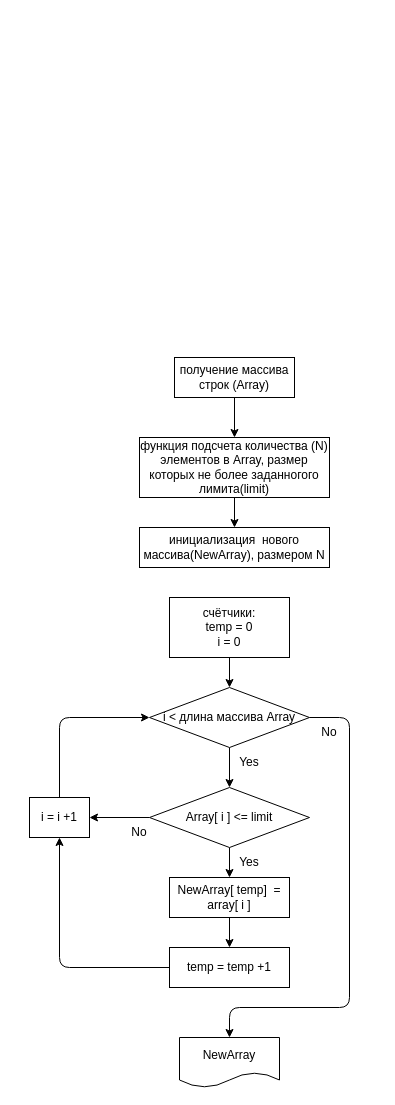
This is diagramm.drawio from 4lorence/FinalWork, a draw.io file, before an edit. Source tidied: cells renumbered, new cells numbered last; positions are measured from the earlier drawing's top-left corner, leaving out a move shared by most shapes. Both pictures are drawn from the tidied source at 100%, with x=0, y=0 at pixel (29, 357).
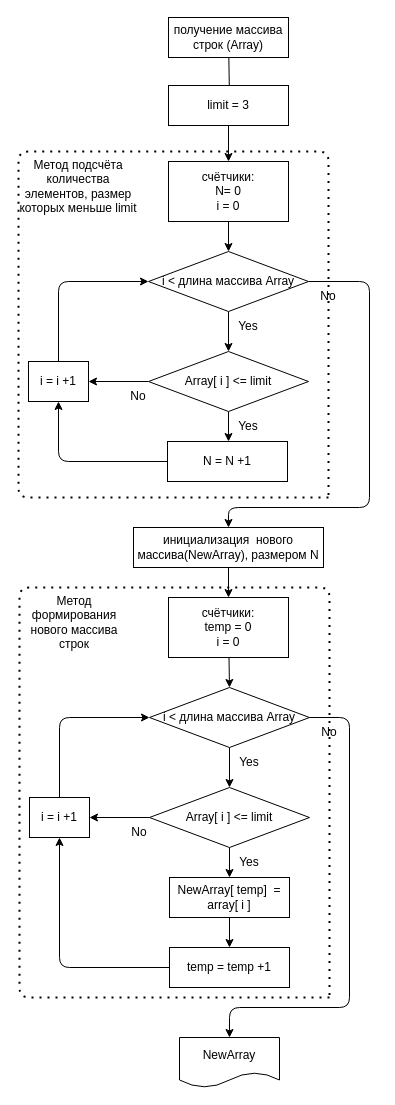
Above is the later version.

Commit message:
Create a flowchart (end variant)

The edit, as a diff of the source:
```diff
@@
-    <mxCell id="2" style="edgeStyle=none;html=1;entryX=0.5;entryY=0;entryDx=0;entryDy=0;" parent="1" edge="1" source="3" target="5">
-      <mxGeometry relative="1" as="geometry" />
+    <mxCell id="2" style="edgeStyle=none;html=1;entryX=0.5;entryY=0;entryDx=0;entryDy=0;" parent="1" edge="1" source="3">
+      <mxGeometry relative="1" as="geometry">
+        <mxPoint x="200" y="-260" as="targetPoint" />
+      </mxGeometry>
     </mxCell>
     <mxCell id="3" value="получение массива строк (Array)" style="rounded=0;whiteSpace=wrap;html=1;" parent="1" vertex="1">
-      <mxGeometry x="145" width="120" height="40" as="geometry" />
+      <mxGeometry x="139" y="-340" width="120" height="40" as="geometry" />
     </mxCell>
-    <mxCell id="4" style="edgeStyle=none;html=1;entryX=0.5;entryY=0;entryDx=0;entryDy=0;" parent="1" edge="1" source="5" target="6">
-      <mxGeometry relative="1" as="geometry" />
-    </mxCell>
-    <mxCell id="5" value="функция подсчета количества (N) элементов в Array, размер которых не более заданногого лимита(limit)" style="rounded=0;whiteSpace=wrap;html=1;" parent="1" vertex="1">
-      <mxGeometry x="110" y="80" width="190" height="60" as="geometry" />
-    </mxCell>
+    <mxCell id="26" style="edgeStyle=none;html=1;entryX=0.5;entryY=0;entryDx=0;entryDy=0;" parent="1" edge="1" source="6" target="8">
+      <mxGeometry relative="1" as="geometry" />
+    </mxCell>
     <mxCell id="6" value="инициализация&amp;nbsp; нового массива(NewArray), размером N" style="rounded=0;whiteSpace=wrap;html=1;" parent="1" vertex="1">
-      <mxGeometry x="110" y="170" width="190" height="40" as="geometry" />
+      <mxGeometry x="104" y="170" width="190" height="40" as="geometry" />
     </mxCell>
@@
     <mxCell id="8" value="счётчики:&lt;br&gt;temp = 0&lt;br&gt;i = 0" style="rounded=0;whiteSpace=wrap;html=1;" parent="1" vertex="1">
-      <mxGeometry x="140" y="240" width="120" height="60" as="geometry" />
+      <mxGeometry x="139" y="240" width="120" height="60" as="geometry" />
     </mxCell>
@@
+    <mxCell id="27" style="endArrow=none;dashed=1;html=1;dashPattern=1 3;strokeWidth=2;" parent="1" edge="1">
+      <mxGeometry relative="1" as="geometry">
+        <mxPoint x="300" y="640" as="sourcePoint" />
+        <mxPoint x="300" y="640" as="targetPoint" />
+        <Array as="points">
+          <mxPoint x="-10" y="640" />
+          <mxPoint x="-10" y="230" />
+          <mxPoint x="300" y="230" />
+        </Array>
+      </mxGeometry>
+    </mxCell>
+    <mxCell id="28" value="Метод формирования нового массива строк" style="text;html=1;strokeColor=none;fillColor=none;align=center;verticalAlign=middle;whiteSpace=wrap;rounded=0;" parent="1" vertex="1">
+      <mxGeometry x="-10" y="230" width="110" height="70" as="geometry" />
+    </mxCell>
+    <mxCell id="29" style="edgeStyle=none;html=1;entryX=0.5;entryY=0;entryDx=0;entryDy=0;" parent="1" edge="1" source="30" target="33">
+      <mxGeometry relative="1" as="geometry" />
+    </mxCell>
+    <mxCell id="30" value="счётчики:&lt;br&gt;N= 0&lt;br&gt;i = 0" style="rounded=0;whiteSpace=wrap;html=1;" parent="1" vertex="1">
+      <mxGeometry x="139" y="-196" width="120" height="60" as="geometry" />
+    </mxCell>
+    <mxCell id="31" style="edgeStyle=none;html=1;entryX=0.5;entryY=0;entryDx=0;entryDy=0;" parent="1" edge="1" source="33" target="36">
+      <mxGeometry relative="1" as="geometry" />
+    </mxCell>
+    <mxCell id="32" style="edgeStyle=none;html=1;" parent="1" edge="1" source="33" target="6">
+      <mxGeometry relative="1" as="geometry">
+        <Array as="points">
+          <mxPoint x="340" y="-76" />
+          <mxPoint x="340" y="150" />
+          <mxPoint x="199" y="150" />
+        </Array>
+      </mxGeometry>
+    </mxCell>
+    <mxCell id="33" value="i &amp;lt; длина массива Array" style="rhombus;whiteSpace=wrap;html=1;" parent="1" vertex="1">
+      <mxGeometry x="119" y="-106" width="160" height="60" as="geometry" />
+    </mxCell>
+    <mxCell id="34" style="edgeStyle=none;html=1;entryX=0.5;entryY=0;entryDx=0;entryDy=0;" parent="1" edge="1" source="36">
+      <mxGeometry relative="1" as="geometry">
+        <mxPoint x="199" y="84" as="targetPoint" />
+      </mxGeometry>
+    </mxCell>
+    <mxCell id="35" style="edgeStyle=none;html=1;" parent="1" edge="1" source="36">
+      <mxGeometry relative="1" as="geometry">
+        <mxPoint x="59" y="24" as="targetPoint" />
+      </mxGeometry>
+    </mxCell>
+    <mxCell id="36" value="Array[ i ] &amp;lt;= limit" style="rhombus;whiteSpace=wrap;html=1;" parent="1" vertex="1">
+      <mxGeometry x="119" y="-6" width="160" height="60" as="geometry" />
+    </mxCell>
+    <mxCell id="37" style="edgeStyle=none;html=1;entryX=0.5;entryY=1;entryDx=0;entryDy=0;" parent="1" edge="1" source="38" target="43">
+      <mxGeometry relative="1" as="geometry">
+        <Array as="points">
+          <mxPoint x="29" y="104" />
+        </Array>
+      </mxGeometry>
+    </mxCell>
+    <mxCell id="38" value="N = N +1" style="rounded=0;whiteSpace=wrap;html=1;" parent="1" vertex="1">
+      <mxGeometry x="138" y="84" width="120" height="40" as="geometry" />
+    </mxCell>
+    <mxCell id="39" value="Yes" style="text;html=1;strokeColor=none;fillColor=none;align=center;verticalAlign=middle;whiteSpace=wrap;rounded=0;" parent="1" vertex="1">
+      <mxGeometry x="209" y="-36" width="20" height="10" as="geometry" />
+    </mxCell>
+    <mxCell id="40" value="Yes" style="text;html=1;strokeColor=none;fillColor=none;align=center;verticalAlign=middle;whiteSpace=wrap;rounded=0;" parent="1" vertex="1">
+      <mxGeometry x="209" y="64" width="20" height="10" as="geometry" />
+    </mxCell>
+    <mxCell id="41" value="No" style="text;html=1;strokeColor=none;fillColor=none;align=center;verticalAlign=middle;whiteSpace=wrap;rounded=0;" parent="1" vertex="1">
+      <mxGeometry x="289" y="-66" width="20" height="10" as="geometry" />
+    </mxCell>
+    <mxCell id="42" style="edgeStyle=none;html=1;entryX=0;entryY=0.5;entryDx=0;entryDy=0;" parent="1" edge="1" source="43" target="33">
+      <mxGeometry relative="1" as="geometry">
+        <Array as="points">
+          <mxPoint x="29" y="-76" />
+        </Array>
+      </mxGeometry>
+    </mxCell>
+    <mxCell id="43" value="i = i +1" style="rounded=0;whiteSpace=wrap;html=1;" parent="1" vertex="1">
+      <mxGeometry x="-1" y="4" width="60" height="40" as="geometry" />
+    </mxCell>
+    <mxCell id="44" value="No" style="text;html=1;strokeColor=none;fillColor=none;align=center;verticalAlign=middle;whiteSpace=wrap;rounded=0;" parent="1" vertex="1">
+      <mxGeometry x="99" y="34" width="20" height="10" as="geometry" />
+    </mxCell>
+    <mxCell id="45" style="endArrow=none;dashed=1;html=1;dashPattern=1 3;strokeWidth=2;" parent="1" edge="1">
+      <mxGeometry relative="1" as="geometry">
+        <mxPoint x="299" y="140" as="sourcePoint" />
+        <mxPoint x="299" y="140" as="targetPoint" />
+        <Array as="points">
+          <mxPoint x="-11" y="140" />
+          <mxPoint x="-11" y="-206" />
+          <mxPoint x="299" y="-206" />
+        </Array>
+      </mxGeometry>
+    </mxCell>
+    <mxCell id="46" value="Метод подсчёта количества элементов, размер которых меньше limit" style="text;html=1;strokeColor=none;fillColor=none;align=center;verticalAlign=middle;whiteSpace=wrap;rounded=0;" parent="1" vertex="1">
+      <mxGeometry x="-11" y="-206" width="120" height="70" as="geometry" />
+    </mxCell>
+    <mxCell id="47" style="edgeStyle=none;html=1;entryX=0.5;entryY=0;entryDx=0;entryDy=0;" parent="1" edge="1" source="48" target="30">
+      <mxGeometry relative="1" as="geometry" />
+    </mxCell>
+    <mxCell id="48" value="limit = 3" style="rounded=0;whiteSpace=wrap;html=1;" parent="1" vertex="1">
+      <mxGeometry x="139" y="-272" width="120" height="40" as="geometry" />
+    </mxCell>
```
